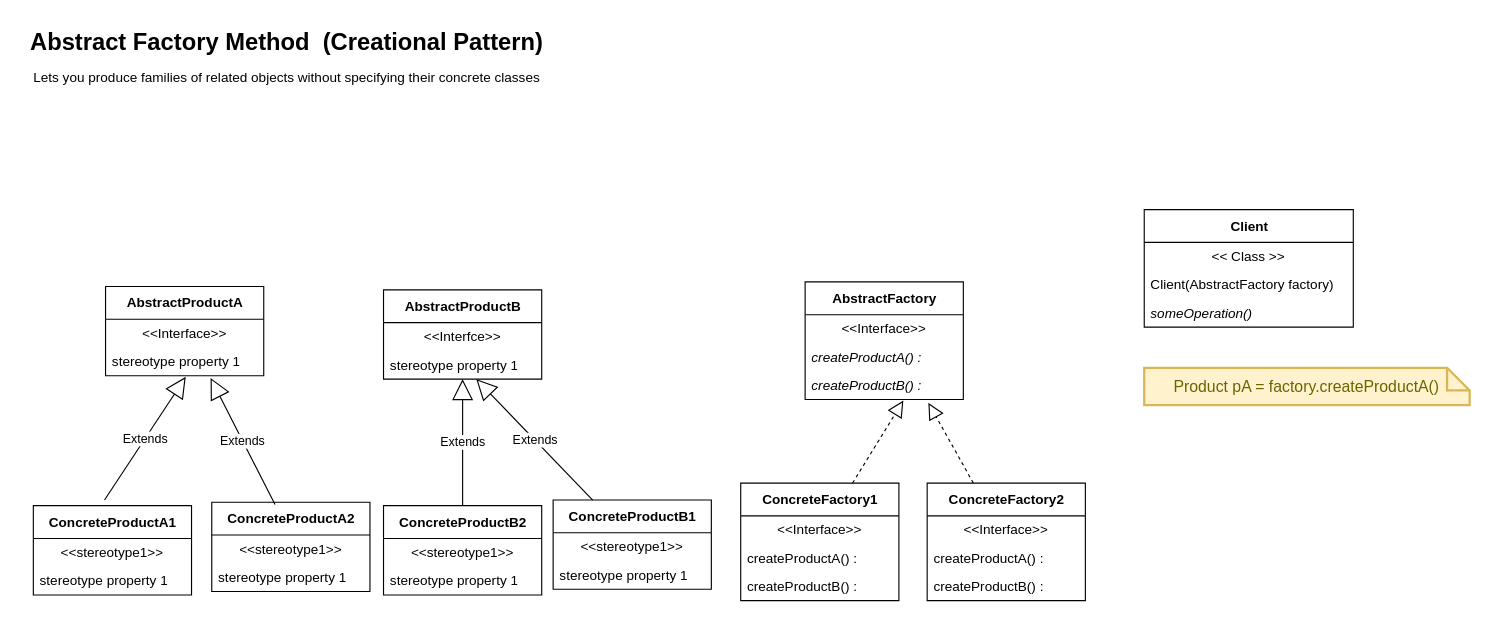
Above: page "Abstract Factory" (8 of 8) of design-patterns.drawio in p-killer/Boa-Design-Pattern (draw.io), before the change. Source tidied: cells renumbered, new cells numbered last; positions are measured from the earlier drawing's top-left corner, leaving out a move shared by most shapes. Both pictures are drawn from the tidied source at 113%, with x=0, y=0 at pixel (19, 19).
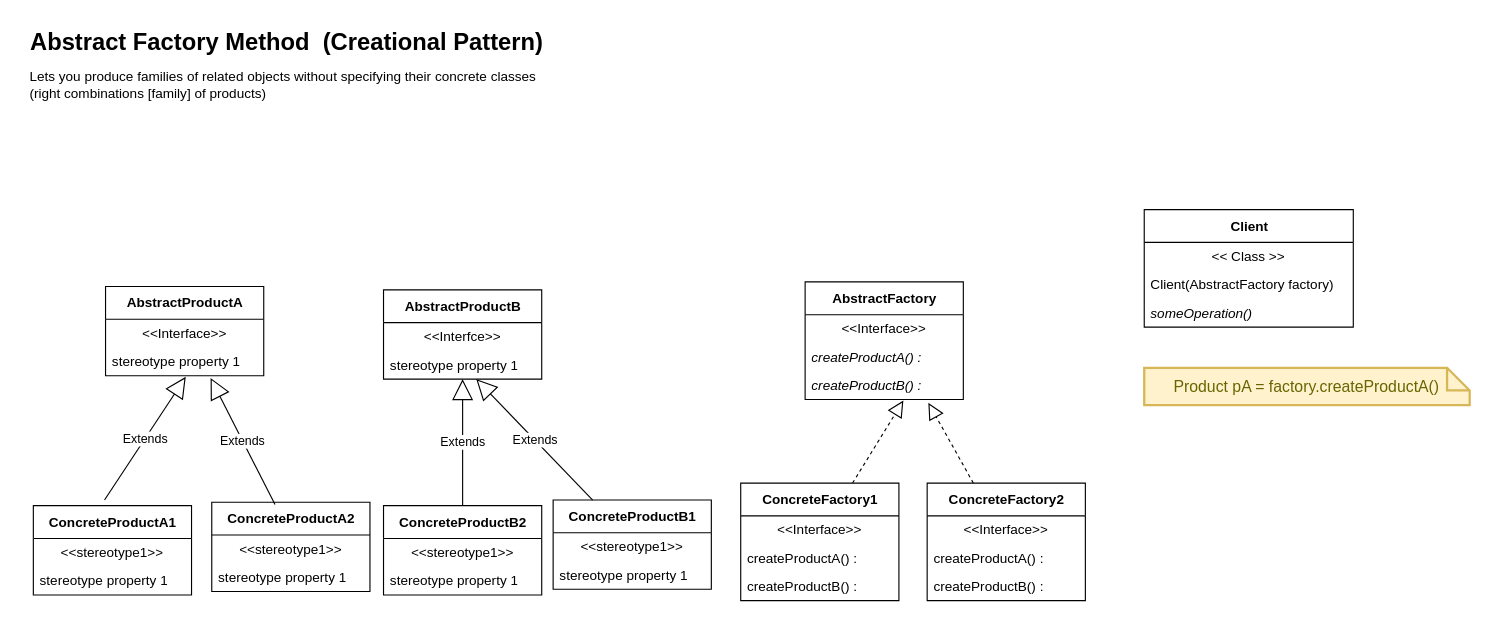
The same page after the edit.

Commit message (it also covers changes not shown here):
Abstract Factory Covered !

The edit, as a diff of the source:
```diff
@@
-    <mxCell id="3" value="Lets you produce families of related objects without specifying their concrete classes" style="text;html=1;align=center;verticalAlign=middle;strokeColor=none;fillColor=none;" parent="1" vertex="1">
-      <mxGeometry x="3" y="39" width="466" height="26" as="geometry" />
+    <mxCell id="3" value="Lets you produce families of related objects without specifying their concrete classes &lt;br&gt;(right combinations [family] of products)" style="text;html=1;align=left;verticalAlign=middle;strokeColor=none;fillColor=none;" parent="1" vertex="1">
+      <mxGeometry x="6.9" y="37" width="466" height="41" as="geometry" />
     </mxCell>
```
